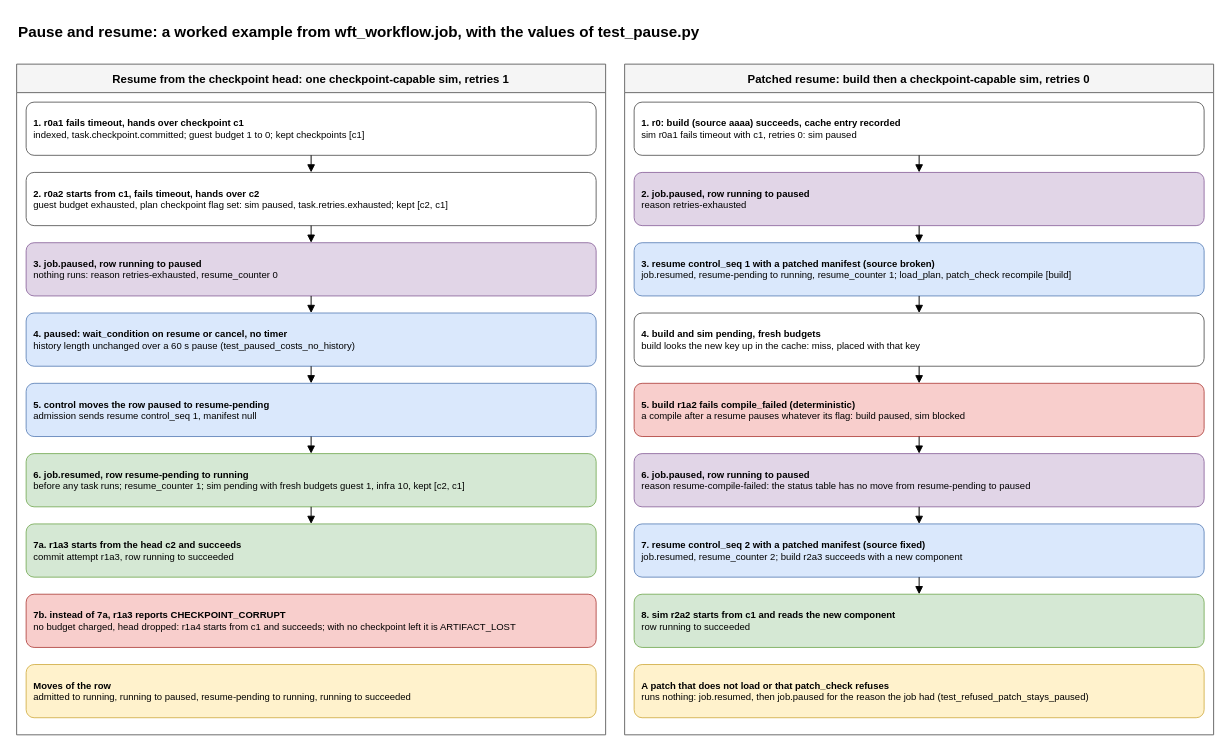
Above: packages/workflow/pause-resume.drawio in AndoNorth/disyard (draw.io), before the change. Source tidied: cells renumbered, new cells numbered last; positions are measured from the earlier drawing's top-left corner, leaving out a move shared by most shapes. Both pictures are drawn from the tidied source at 95%, with x=0, y=0 at pixel (16, 16).
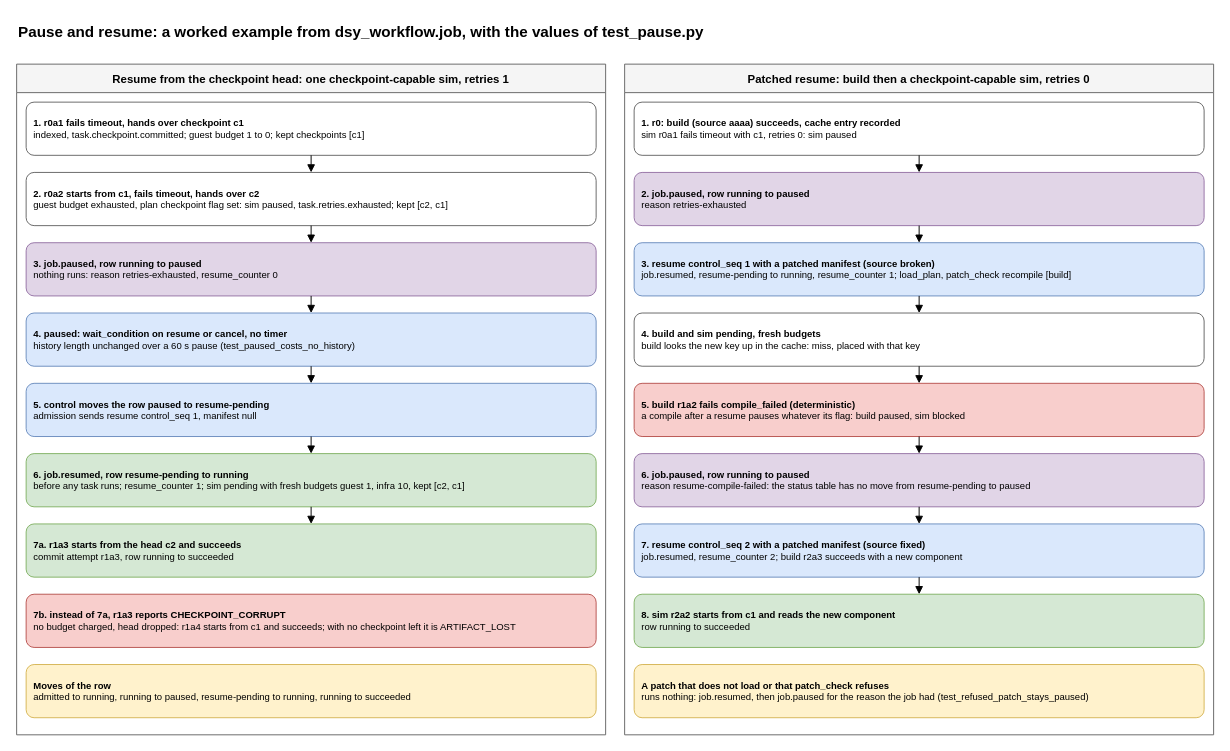
The same diagram, later.

Change to the diagram source:
```diff
@@
-    <mxCell id="2" value="Pause and resume: a worked example from wft_workflow.job, with the values of test_pause.py" style="text;html=1;fontSize=16;fontStyle=1;align=left;" parent="1" vertex="1">
+    <mxCell id="2" value="Pause and resume: a worked example from dsy_workflow.job, with the values of test_pause.py" style="text;html=1;fontSize=16;fontStyle=1;align=left;" parent="1" vertex="1">
       <mxGeometry width="1260" height="30" as="geometry" />
     </mxCell>
```
